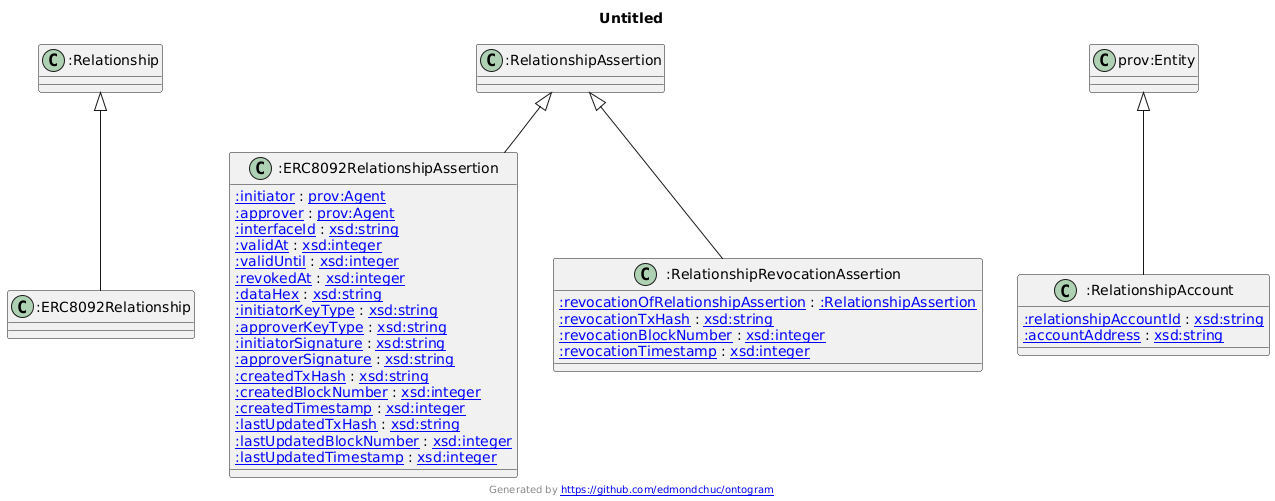
Earlier version of the PlantUML export docs/ontology/images/ERC8092.png (Agentic-Trust-Layer/agent-explorer). Source of this version:
```plantuml
@startuml
title Untitled
":Relationship" <|-- ":ERC8092Relationship"
":RelationshipAssertion" <|-- ":ERC8092RelationshipAssertion"
"prov:Entity" <|-- ":RelationshipAccount"
":RelationshipAssertion" <|-- ":RelationshipRevocationAssertion"
Class ":ERC8092Relationship" [[https://www.agentictrust.io/ontology/ERC8092#ERC8092Relationship]] {
}
Class ":ERC8092RelationshipAssertion" [[https://www.agentictrust.io/ontology/ERC8092#ERC8092RelationshipAssertion]] {
[[https://www.agentictrust.io/ontology/ERC8092#initiator :initiator]] : [[http://www.w3.org/ns/prov#Agent prov:Agent]]
[[https://www.agentictrust.io/ontology/ERC8092#approver :approver]] : [[http://www.w3.org/ns/prov#Agent prov:Agent]]
[[https://www.agentictrust.io/ontology/ERC8092#interfaceId :interfaceId]] : [[http://www.w3.org/2001/XMLSchema#string xsd:string]]
[[https://www.agentictrust.io/ontology/ERC8092#validAt :validAt]] : [[http://www.w3.org/2001/XMLSchema#integer xsd:integer]]
[[https://www.agentictrust.io/ontology/ERC8092#validUntil :validUntil]] : [[http://www.w3.org/2001/XMLSchema#integer xsd:integer]]
[[https://www.agentictrust.io/ontology/ERC8092#revokedAt :revokedAt]] : [[http://www.w3.org/2001/XMLSchema#integer xsd:integer]]
[[https://www.agentictrust.io/ontology/ERC8092#dataHex :dataHex]] : [[http://www.w3.org/2001/XMLSchema#string xsd:string]]
[[https://www.agentictrust.io/ontology/ERC8092#initiatorKeyType :initiatorKeyType]] : [[http://www.w3.org/2001/XMLSchema#string xsd:string]]
[[https://www.agentictrust.io/ontology/ERC8092#approverKeyType :approverKeyType]] : [[http://www.w3.org/2001/XMLSchema#string xsd:string]]
[[https://www.agentictrust.io/ontology/ERC8092#initiatorSignature :initiatorSignature]] : [[http://www.w3.org/2001/XMLSchema#string xsd:string]]
[[https://www.agentictrust.io/ontology/ERC8092#approverSignature :approverSignature]] : [[http://www.w3.org/2001/XMLSchema#string xsd:string]]
[[https://www.agentictrust.io/ontology/ERC8092#createdTxHash :createdTxHash]] : [[http://www.w3.org/2001/XMLSchema#string xsd:string]]
[[https://www.agentictrust.io/ontology/ERC8092#createdBlockNumber :createdBlockNumber]] : [[http://www.w3.org/2001/XMLSchema#integer xsd:integer]]
[[https://www.agentictrust.io/ontology/ERC8092#createdTimestamp :createdTimestamp]] : [[http://www.w3.org/2001/XMLSchema#integer xsd:integer]]
[[https://www.agentictrust.io/ontology/ERC8092#lastUpdatedTxHash :lastUpdatedTxHash]] : [[http://www.w3.org/2001/XMLSchema#string xsd:string]]
[[https://www.agentictrust.io/ontology/ERC8092#lastUpdatedBlockNumber :lastUpdatedBlockNumber]] : [[http://www.w3.org/2001/XMLSchema#integer xsd:integer]]
[[https://www.agentictrust.io/ontology/ERC8092#lastUpdatedTimestamp :lastUpdatedTimestamp]] : [[http://www.w3.org/2001/XMLSchema#integer xsd:integer]]
}
Class ":RelationshipAccount" [[https://www.agentictrust.io/ontology/ERC8092#RelationshipAccount]] {
[[https://www.agentictrust.io/ontology/ERC8092#relationshipAccountId :relationshipAccountId]] : [[http://www.w3.org/2001/XMLSchema#string xsd:string]]
[[https://www.agentictrust.io/ontology/ERC8092#accountAddress :accountAddress]] : [[http://www.w3.org/2001/XMLSchema#string xsd:string]]
}
Class ":RelationshipRevocationAssertion" [[https://www.agentictrust.io/ontology/ERC8092#RelationshipRevocationAssertion]] {
[[https://www.agentictrust.io/ontology/ERC8092#revocationOfRelationshipAssertion :revocationOfRelationshipAssertion]] : [[https://www.agentictrust.io/ontology/agentictrust#RelationshipAssertion :RelationshipAssertion]]
[[https://www.agentictrust.io/ontology/ERC8092#revocationTxHash :revocationTxHash]] : [[http://www.w3.org/2001/XMLSchema#string xsd:string]]
[[https://www.agentictrust.io/ontology/ERC8092#revocationBlockNumber :revocationBlockNumber]] : [[http://www.w3.org/2001/XMLSchema#integer xsd:integer]]
[[https://www.agentictrust.io/ontology/ERC8092#revocationTimestamp :revocationTimestamp]] : [[http://www.w3.org/2001/XMLSchema#integer xsd:integer]]
}
center footer Generated by [[https://github.com/edmondchuc/ontogram https://github.com/edmondchuc/ontogram]]
@enduml
```
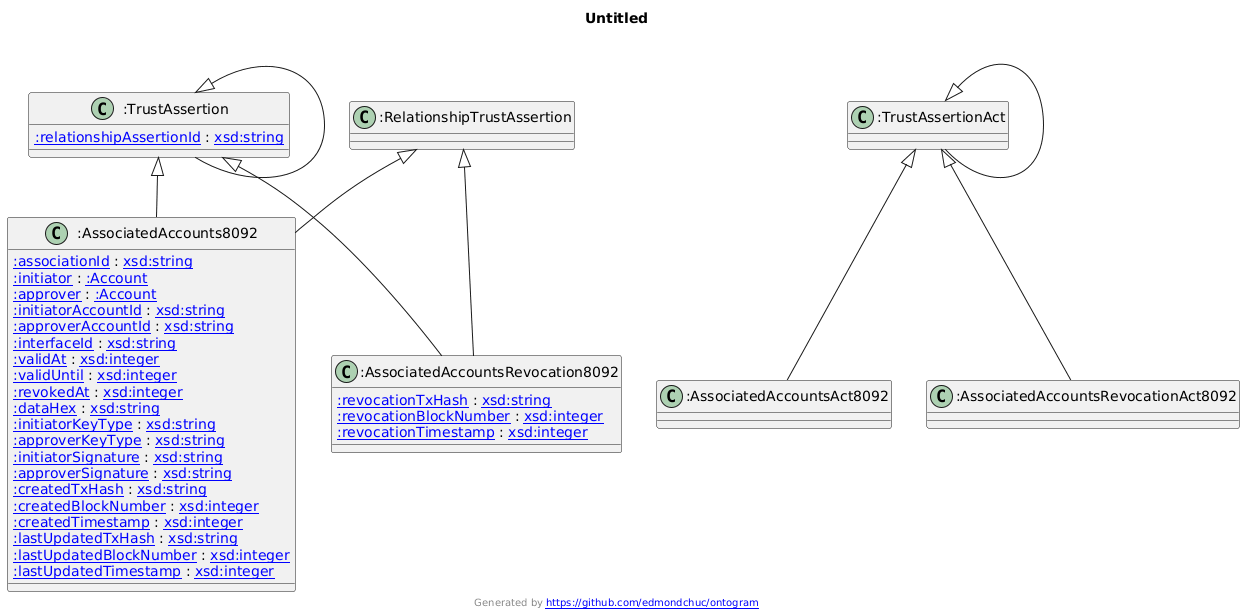
The same diagram one commit later.

Diff of the diagram source:
```diff
@@ -1,14 +1,24 @@
 @startuml
 title Untitled
-":Relationship" <|-- ":ERC8092Relationship"
-":RelationshipAssertion" <|-- ":ERC8092RelationshipAssertion"
-"prov:Entity" <|-- ":RelationshipAccount"
-":RelationshipAssertion" <|-- ":RelationshipRevocationAssertion"
-Class ":ERC8092Relationship" [[https://www.agentictrust.io/ontology/ERC8092#ERC8092Relationship]] {
+":TrustAssertion" <|-- ":TrustAssertion"
+":TrustAssertionAct" <|-- ":TrustAssertionAct"
+":TrustAssertion" <|-- ":AssociatedAccounts8092"
+":RelationshipTrustAssertion" <|-- ":AssociatedAccounts8092"
+":TrustAssertionAct" <|-- ":AssociatedAccountsAct8092"
+":TrustAssertion" <|-- ":AssociatedAccountsRevocation8092"
+":RelationshipTrustAssertion" <|-- ":AssociatedAccountsRevocation8092"
+":TrustAssertionAct" <|-- ":AssociatedAccountsRevocationAct8092"
+Class ":TrustAssertion" [[https://www.agentictrust.io/ontology/ERC8092#TrustAssertion]] {
+[[https://www.agentictrust.io/ontology/ERC8092#relationshipAssertionId :relationshipAssertionId]] : [[http://www.w3.org/2001/XMLSchema#string xsd:string]]
 }
-Class ":ERC8092RelationshipAssertion" [[https://www.agentictrust.io/ontology/ERC8092#ERC8092RelationshipAssertion]] {
-[[https://www.agentictrust.io/ontology/ERC8092#initiator :initiator]] : [[http://www.w3.org/ns/prov#Agent prov:Agent]]
-[[https://www.agentictrust.io/ontology/ERC8092#approver :approver]] : [[http://www.w3.org/ns/prov#Agent prov:Agent]]
+Class ":TrustAssertionAct" [[https://www.agentictrust.io/ontology/ERC8092#TrustAssertionAct]] {
+}
+Class ":AssociatedAccounts8092" [[https://www.agentictrust.io/ontology/ERC8092#AssociatedAccounts8092]] {
+[[https://www.agentictrust.io/ontology/ERC8092#associationId :associationId]] : [[http://www.w3.org/2001/XMLSchema#string xsd:string]]
+[[https://www.agentictrust.io/ontology/ERC8092#initiator :initiator]] : [[https://www.agentictrust.io/ontology/agentictrust-eth#Account :Account]]
+[[https://www.agentictrust.io/ontology/ERC8092#approver :approver]] : [[https://www.agentictrust.io/ontology/agentictrust-eth#Account :Account]]
+[[https://www.agentictrust.io/ontology/ERC8092#initiatorAccountId :initiatorAccountId]] : [[http://www.w3.org/2001/XMLSchema#string xsd:string]]
+[[https://www.agentictrust.io/ontology/ERC8092#approverAccountId :approverAccountId]] : [[http://www.w3.org/2001/XMLSchema#string xsd:string]]
 [[https://www.agentictrust.io/ontology/ERC8092#interfaceId :interfaceId]] : [[http://www.w3.org/2001/XMLSchema#string xsd:string]]
 [[https://www.agentictrust.io/ontology/ERC8092#validAt :validAt]] : [[http://www.w3.org/2001/XMLSchema#integer xsd:integer]]
 [[https://www.agentictrust.io/ontology/ERC8092#validUntil :validUntil]] : [[http://www.w3.org/2001/XMLSchema#integer xsd:integer]]
@@ -25,15 +35,14 @@
 [[https://www.agentictrust.io/ontology/ERC8092#lastUpdatedBlockNumber :lastUpdatedBlockNumber]] : [[http://www.w3.org/2001/XMLSchema#integer xsd:integer]]
 [[https://www.agentictrust.io/ontology/ERC8092#lastUpdatedTimestamp :lastUpdatedTimestamp]] : [[http://www.w3.org/2001/XMLSchema#integer xsd:integer]]
 }
-Class ":RelationshipAccount" [[https://www.agentictrust.io/ontology/ERC8092#RelationshipAccount]] {
-[[https://www.agentictrust.io/ontology/ERC8092#relationshipAccountId :relationshipAccountId]] : [[http://www.w3.org/2001/XMLSchema#string xsd:string]]
-[[https://www.agentictrust.io/ontology/ERC8092#accountAddress :accountAddress]] : [[http://www.w3.org/2001/XMLSchema#string xsd:string]]
+Class ":AssociatedAccountsAct8092" [[https://www.agentictrust.io/ontology/ERC8092#AssociatedAccountsAct8092]] {
 }
-Class ":RelationshipRevocationAssertion" [[https://www.agentictrust.io/ontology/ERC8092#RelationshipRevocationAssertion]] {
-[[https://www.agentictrust.io/ontology/ERC8092#revocationOfRelationshipAssertion :revocationOfRelationshipAssertion]] : [[https://www.agentictrust.io/ontology/agentictrust#RelationshipAssertion :RelationshipAssertion]]
+Class ":AssociatedAccountsRevocation8092" [[https://www.agentictrust.io/ontology/ERC8092#AssociatedAccountsRevocation8092]] {
 [[https://www.agentictrust.io/ontology/ERC8092#revocationTxHash :revocationTxHash]] : [[http://www.w3.org/2001/XMLSchema#string xsd:string]]
 [[https://www.agentictrust.io/ontology/ERC8092#revocationBlockNumber :revocationBlockNumber]] : [[http://www.w3.org/2001/XMLSchema#integer xsd:integer]]
 [[https://www.agentictrust.io/ontology/ERC8092#revocationTimestamp :revocationTimestamp]] : [[http://www.w3.org/2001/XMLSchema#integer xsd:integer]]
 }
+Class ":AssociatedAccountsRevocationAct8092" [[https://www.agentictrust.io/ontology/ERC8092#AssociatedAccountsRevocationAct8092]] {
+}
 center footer Generated by [[https://github.com/edmondchuc/ontogram https://github.com/edmondchuc/ontogram]]
 @enduml
```
